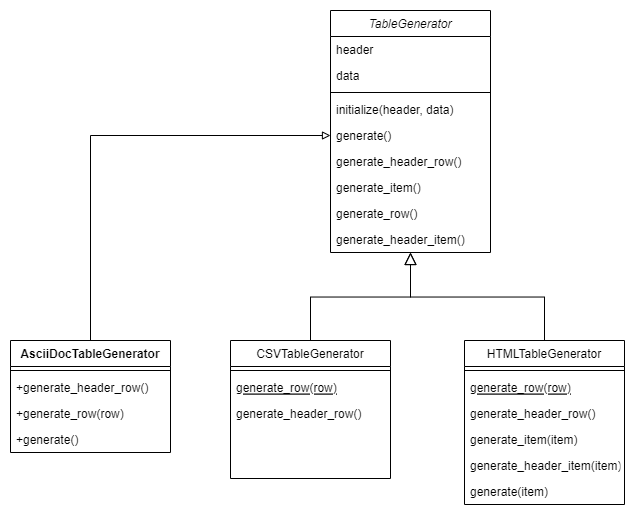
Above: template_method_pattern/img/template_method_pattern.png in Dpalme/TC3049-2022 (draw.io), before the change. Source tidied: cells renumbered, new cells last; positions are measured from the earlier drawing's top-left corner, leaving out a move shared by most shapes.
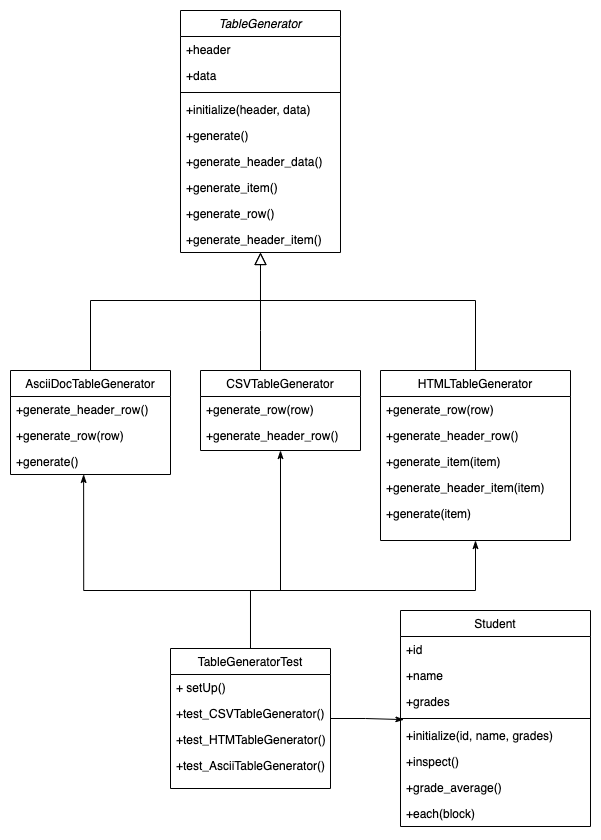
The same diagram one commit later.

Change to the diagram source:
```diff
@@ -3,91 +3,165 @@
     <mxCell id="0" />
     <mxCell id="1" parent="0" />
     <mxCell id="2" value="TableGenerator" style="swimlane;fontStyle=2;align=center;verticalAlign=top;horizontal=1;startSize=26;rounded=0;shadow=0;strokeWidth=1;" parent="1" vertex="1">
-      <mxGeometry x="320" width="160" height="242" as="geometry" />
+      <mxGeometry x="340" y="-20" width="160" height="242" as="geometry" />
     </mxCell>
-    <mxCell id="3" value="header&#10;" style="text;align=left;verticalAlign=top;spacingLeft=4;spacingRight=4;overflow=hidden;" parent="2" vertex="1">
+    <mxCell id="3" value="+header&#10;" style="text;align=left;verticalAlign=top;spacingLeft=4;spacingRight=4;overflow=hidden;" parent="2" vertex="1">
       <mxGeometry y="26" width="160" height="26" as="geometry" />
     </mxCell>
-    <mxCell id="4" value="data&#10;" style="text;align=left;verticalAlign=top;spacingLeft=4;spacingRight=4;overflow=hidden;rounded=0;shadow=0;html=0;" parent="2" vertex="1">
+    <mxCell id="4" value="+data&#10;" style="text;align=left;verticalAlign=top;spacingLeft=4;spacingRight=4;overflow=hidden;rounded=0;shadow=0;html=0;" parent="2" vertex="1">
       <mxGeometry y="52" width="160" height="26" as="geometry" />
     </mxCell>
     <mxCell id="5" style="line;html=1;strokeWidth=1;align=left;verticalAlign=middle;spacingTop=-1;spacingLeft=3;spacingRight=3;labelPosition=right;" parent="2" vertex="1">
       <mxGeometry y="78" width="160" height="8" as="geometry" />
     </mxCell>
-    <mxCell id="6" value="initialize(header, data)" style="text;align=left;verticalAlign=top;spacingLeft=4;spacingRight=4;overflow=hidden;" parent="2" vertex="1">
+    <mxCell id="6" value="+initialize(header, data)" style="text;align=left;verticalAlign=top;spacingLeft=4;spacingRight=4;overflow=hidden;" parent="2" vertex="1">
       <mxGeometry y="86" width="160" height="26" as="geometry" />
     </mxCell>
-    <mxCell id="7" value="generate()" style="text;align=left;verticalAlign=top;spacingLeft=4;spacingRight=4;overflow=hidden;points=[[0,0.5],[1,0.5]];portConstraint=eastwest;" parent="2" vertex="1">
-      <mxGeometry y="112" width="160" height="26" as="geometry" />
-    </mxCell>
-    <mxCell id="8" value="generate_header_row()" style="text;align=left;verticalAlign=top;spacingLeft=4;spacingRight=4;overflow=hidden;" parent="2" vertex="1">
-      <mxGeometry y="138" width="160" height="26" as="geometry" />
-    </mxCell>
-    <mxCell id="9" value="generate_item()&#10;" style="text;align=left;verticalAlign=top;spacingLeft=4;spacingRight=4;overflow=hidden;" parent="2" vertex="1">
-      <mxGeometry y="164" width="160" height="26" as="geometry" />
-    </mxCell>
-    <mxCell id="10" value="generate_row()&#10;" style="text;align=left;verticalAlign=top;spacingLeft=4;spacingRight=4;overflow=hidden;" parent="2" vertex="1">
-      <mxGeometry y="190" width="160" height="26" as="geometry" />
-    </mxCell>
-    <mxCell id="11" value="generate_header_item()&#10;" style="text;align=left;verticalAlign=top;spacingLeft=4;spacingRight=4;overflow=hidden;" parent="2" vertex="1">
-      <mxGeometry y="216" width="160" height="26" as="geometry" />
-    </mxCell>
+    <mxCell id="31" value="+generate()" style="text;align=left;verticalAlign=top;spacingLeft=4;spacingRight=4;overflow=hidden;" parent="2" vertex="1">
+      <mxGeometry y="112" width="160" height="26" as="geometry" />
+    </mxCell>
+    <mxCell id="32" value="+generate_header_data()&#10;" style="text;align=left;verticalAlign=top;spacingLeft=4;spacingRight=4;overflow=hidden;" parent="2" vertex="1">
+      <mxGeometry y="138" width="160" height="26" as="geometry" />
+    </mxCell>
+    <mxCell id="33" value="+generate_item()&#10;" style="text;align=left;verticalAlign=top;spacingLeft=4;spacingRight=4;overflow=hidden;" parent="2" vertex="1">
+      <mxGeometry y="164" width="160" height="26" as="geometry" />
+    </mxCell>
+    <mxCell id="34" value="+generate_row()" style="text;align=left;verticalAlign=top;spacingLeft=4;spacingRight=4;overflow=hidden;" parent="2" vertex="1">
+      <mxGeometry y="190" width="160" height="26" as="geometry" />
+    </mxCell>
+    <mxCell id="35" value="+generate_header_item()" style="text;align=left;verticalAlign=top;spacingLeft=4;spacingRight=4;overflow=hidden;" parent="2" vertex="1">
+      <mxGeometry y="216" width="160" height="26" as="geometry" />
+    </mxCell>
     <mxCell id="12" value="CSVTableGenerator" style="swimlane;fontStyle=0;align=center;verticalAlign=top;horizontal=1;startSize=26;rounded=0;shadow=0;strokeWidth=1;" parent="1" vertex="1">
-      <mxGeometry x="220" y="330" width="160" height="138" as="geometry" />
+      <mxGeometry x="360" y="340" width="160" height="80" as="geometry" />
     </mxCell>
-    <mxCell id="13" style="line;html=1;strokeWidth=1;align=left;verticalAlign=middle;spacingTop=-1;spacingLeft=3;spacingRight=3;labelPosition=right;" parent="12" vertex="1">
-      <mxGeometry y="26" width="160" height="8" as="geometry" />
-    </mxCell>
-    <mxCell id="14" value="generate_row(row)" style="text;align=left;verticalAlign=top;spacingLeft=4;spacingRight=4;overflow=hidden;fontStyle=4;" parent="12" vertex="1">
-      <mxGeometry y="34" width="160" height="26" as="geometry" />
-    </mxCell>
-    <mxCell id="15" value="generate_header_row()" style="text;align=left;verticalAlign=top;spacingLeft=4;spacingRight=4;overflow=hidden;" parent="12" vertex="1">
-      <mxGeometry y="60" width="160" height="26" as="geometry" />
-    </mxCell>
+    <mxCell id="36" value="+generate_row(row)" style="text;align=left;verticalAlign=top;spacingLeft=4;spacingRight=4;overflow=hidden;rounded=0;shadow=0;html=0;" parent="12" vertex="1">
+      <mxGeometry y="26" width="160" height="26" as="geometry" />
+    </mxCell>
+    <mxCell id="37" value="+generate_header_row()" style="text;align=left;verticalAlign=top;spacingLeft=4;spacingRight=4;overflow=hidden;rounded=0;shadow=0;html=0;" parent="12" vertex="1">
+      <mxGeometry y="52" width="160" height="26" as="geometry" />
+    </mxCell>
     <mxCell id="16" style="endArrow=block;endSize=10;endFill=0;shadow=0;strokeWidth=1;rounded=0;edgeStyle=elbowEdgeStyle;elbow=vertical;" parent="1" edge="1" source="12" target="2">
-      <mxGeometry relative="1" as="geometry" />
+      <mxGeometry relative="1" as="geometry">
+        <Array as="points">
+          <mxPoint x="420" y="300" />
+        </Array>
+      </mxGeometry>
     </mxCell>
+    <mxCell id="24" value="HTMLTableGenerator" style="swimlane;fontStyle=0;align=center;verticalAlign=top;horizontal=1;startSize=26;rounded=0;shadow=0;strokeWidth=1;" parent="1" vertex="1">
+      <mxGeometry x="540" y="340" width="190" height="170" as="geometry" />
+    </mxCell>
+    <mxCell id="38" value="+generate_row(row)" style="text;align=left;verticalAlign=top;spacingLeft=4;spacingRight=4;overflow=hidden;" parent="24" vertex="1">
+      <mxGeometry y="26" width="190" height="26" as="geometry" />
+    </mxCell>
+    <mxCell id="39" value="+generate_header_row()" style="text;align=left;verticalAlign=top;spacingLeft=4;spacingRight=4;overflow=hidden;" parent="24" vertex="1">
+      <mxGeometry y="52" width="190" height="26" as="geometry" />
+    </mxCell>
+    <mxCell id="40" value="+generate_item(item)" style="text;align=left;verticalAlign=top;spacingLeft=4;spacingRight=4;overflow=hidden;" parent="24" vertex="1">
+      <mxGeometry y="78" width="190" height="26" as="geometry" />
+    </mxCell>
+    <mxCell id="41" value="+generate_header_item(item)" style="text;align=left;verticalAlign=top;spacingLeft=4;spacingRight=4;overflow=hidden;" parent="24" vertex="1">
+      <mxGeometry y="104" width="190" height="26" as="geometry" />
+    </mxCell>
+    <mxCell id="42" value="+generate(item)" style="text;align=left;verticalAlign=top;spacingLeft=4;spacingRight=4;overflow=hidden;" parent="24" vertex="1">
+      <mxGeometry y="130" width="190" height="26" as="geometry" />
+    </mxCell>
-    <mxCell id="17" style="endArrow=block;endSize=10;endFill=0;shadow=0;strokeWidth=1;rounded=0;edgeStyle=elbowEdgeStyle;elbow=vertical;exitX=0.5;exitY=0;exitDx=0;exitDy=0;" parent="1" edge="1" source="24" target="2">
-      <mxGeometry relative="1" as="geometry" />
+    <mxCell id="17" style="endArrow=block;endSize=10;endFill=0;shadow=0;strokeWidth=1;rounded=0;edgeStyle=elbowEdgeStyle;elbow=vertical;" parent="1" edge="1" source="24" target="2">
+      <mxGeometry relative="1" as="geometry">
+        <Array as="points">
+          <mxPoint x="530" y="270" />
+        </Array>
+      </mxGeometry>
     </mxCell>
-    <mxCell id="18" style="edgeStyle=orthogonalEdgeStyle;rounded=0;jumpSize=6;jettySize=auto;html=1;entryX=0;entryY=0.5;entryDx=0;entryDy=0;endArrow=block;endFill=0;strokeWidth=1;" parent="1" edge="1" source="19" target="7">
-      <mxGeometry relative="1" as="geometry" />
-    </mxCell>
+    <mxCell id="43" style="edgeStyle=orthogonalEdgeStyle;rounded=0;jettySize=auto;html=1;endArrow=none;endFill=0;" parent="1" edge="1" source="19">
+      <mxGeometry relative="1" as="geometry">
+        <mxPoint x="420" y="250" as="targetPoint" />
+        <Array as="points">
+          <mxPoint x="420" y="270" />
+        </Array>
+      </mxGeometry>
+    </mxCell>
-    <mxCell id="19" value="AsciiDocTableGenerator" style="swimlane;fontStyle=1;align=center;verticalAlign=top;horizontal=1;startSize=26;" parent="1" vertex="1">
-      <mxGeometry y="330" width="160" height="112" as="geometry" />
+    <mxCell id="19" value="AsciiDocTableGenerator" style="swimlane;fontStyle=0;align=center;verticalAlign=top;horizontal=1;startSize=26;rounded=0;shadow=0;strokeWidth=1;" parent="1" vertex="1">
+      <mxGeometry x="170" y="340" width="160" height="104" as="geometry" />
     </mxCell>
-    <mxCell id="20" style="line;strokeWidth=1;fillColor=none;align=left;verticalAlign=middle;spacingTop=-1;spacingLeft=3;spacingRight=3;labelPosition=right;" parent="19" vertex="1">
-      <mxGeometry y="26" width="160" height="8" as="geometry" />
-    </mxCell>
-    <mxCell id="21" value="+generate_header_row()" style="text;strokeColor=none;fillColor=none;align=left;verticalAlign=top;spacingLeft=4;spacingRight=4;overflow=hidden;" parent="19" vertex="1">
-      <mxGeometry y="34" width="160" height="26" as="geometry" />
-    </mxCell>
-    <mxCell id="22" value="+generate_row(row)" style="text;strokeColor=none;fillColor=none;align=left;verticalAlign=top;spacingLeft=4;spacingRight=4;overflow=hidden;" parent="19" vertex="1">
-      <mxGeometry y="60" width="160" height="26" as="geometry" />
-    </mxCell>
-    <mxCell id="23" value="+generate()" style="text;strokeColor=none;fillColor=none;align=left;verticalAlign=top;spacingLeft=4;spacingRight=4;overflow=hidden;" parent="19" vertex="1">
-      <mxGeometry y="86" width="160" height="26" as="geometry" />
-    </mxCell>
-    <mxCell id="24" value="HTMLTableGenerator" style="swimlane;fontStyle=0;align=center;verticalAlign=top;horizontal=1;startSize=26;rounded=0;shadow=0;strokeWidth=1;" parent="1" vertex="1">
-      <mxGeometry x="454" y="330" width="160" height="164" as="geometry" />
-    </mxCell>
-    <mxCell id="25" style="line;html=1;strokeWidth=1;align=left;verticalAlign=middle;spacingTop=-1;spacingLeft=3;spacingRight=3;labelPosition=right;" parent="24" vertex="1">
-      <mxGeometry y="26" width="160" height="8" as="geometry" />
-    </mxCell>
-    <mxCell id="26" value="generate_row(row)" style="text;align=left;verticalAlign=top;spacingLeft=4;spacingRight=4;overflow=hidden;fontStyle=4;" parent="24" vertex="1">
-      <mxGeometry y="34" width="160" height="26" as="geometry" />
-    </mxCell>
-    <mxCell id="27" value="generate_header_row()" style="text;align=left;verticalAlign=top;spacingLeft=4;spacingRight=4;overflow=hidden;" parent="24" vertex="1">
-      <mxGeometry y="60" width="160" height="26" as="geometry" />
-    </mxCell>
-    <mxCell id="28" value="generate_item(item)" style="text;align=left;verticalAlign=top;spacingLeft=4;spacingRight=4;overflow=hidden;" parent="24" vertex="1">
-      <mxGeometry y="86" width="160" height="26" as="geometry" />
-    </mxCell>
-    <mxCell id="29" value="generate_header_item(item)" style="text;align=left;verticalAlign=top;spacingLeft=4;spacingRight=4;overflow=hidden;" parent="24" vertex="1">
-      <mxGeometry y="112" width="160" height="26" as="geometry" />
-    </mxCell>
-    <mxCell id="30" value="generate(item)" style="text;align=left;verticalAlign=top;spacingLeft=4;spacingRight=4;overflow=hidden;" parent="24" vertex="1">
-      <mxGeometry y="138" width="160" height="26" as="geometry" />
-    </mxCell>
+    <mxCell id="44" value="+generate_header_row()" style="text;align=left;verticalAlign=top;spacingLeft=4;spacingRight=4;overflow=hidden;rounded=0;shadow=0;html=0;" parent="19" vertex="1">
+      <mxGeometry y="26" width="160" height="26" as="geometry" />
+    </mxCell>
+    <mxCell id="45" value="+generate_row(row)" style="text;align=left;verticalAlign=top;spacingLeft=4;spacingRight=4;overflow=hidden;rounded=0;shadow=0;html=0;" parent="19" vertex="1">
+      <mxGeometry y="52" width="160" height="26" as="geometry" />
+    </mxCell>
+    <mxCell id="46" value="+generate()" style="text;align=left;verticalAlign=top;spacingLeft=4;spacingRight=4;overflow=hidden;points=[[0,0.5],[1,0.5]];portConstraint=eastwest;rounded=0;shadow=0;html=0;" parent="19" vertex="1">
+      <mxGeometry y="78" width="160" height="26" as="geometry" />
+    </mxCell>
+    <mxCell id="47" style="edgeStyle=orthogonalEdgeStyle;rounded=0;jettySize=auto;html=1;entryX=0.457;entryY=0.997;entryDx=0;entryDy=0;entryPerimeter=0;endArrow=classicThin;endFill=1;" parent="1" edge="1" source="51" target="46">
+      <mxGeometry relative="1" as="geometry">
+        <Array as="points">
+          <mxPoint x="410" y="560" />
+          <mxPoint x="243" y="560" />
+        </Array>
+      </mxGeometry>
+    </mxCell>
+    <mxCell id="48" style="edgeStyle=orthogonalEdgeStyle;rounded=0;jettySize=auto;html=1;entryX=0.5;entryY=1;entryDx=0;entryDy=0;endArrow=classicThin;endFill=1;" parent="1" edge="1" target="12">
+      <mxGeometry relative="1" as="geometry">
+        <mxPoint x="410" y="628" as="sourcePoint" />
+        <Array as="points">
+          <mxPoint x="410" y="560" />
+          <mxPoint x="440" y="560" />
+        </Array>
+      </mxGeometry>
+    </mxCell>
+    <mxCell id="49" style="edgeStyle=orthogonalEdgeStyle;rounded=0;jettySize=auto;html=1;entryX=0.5;entryY=1;entryDx=0;entryDy=0;endArrow=classicThin;endFill=1;" parent="1" edge="1" source="51" target="24">
+      <mxGeometry relative="1" as="geometry">
+        <Array as="points">
+          <mxPoint x="410" y="560" />
+          <mxPoint x="635" y="560" />
+        </Array>
+      </mxGeometry>
+    </mxCell>
+    <mxCell id="50" style="edgeStyle=orthogonalEdgeStyle;rounded=0;jettySize=auto;html=1;entryX=0.018;entryY=-0.111;entryDx=0;entryDy=0;entryPerimeter=0;endArrow=classicThin;endFill=1;" parent="1" edge="1" source="51" target="61">
+      <mxGeometry relative="1" as="geometry" />
+    </mxCell>
+    <mxCell id="51" value="TableGeneratorTest&#10;" style="swimlane;fontStyle=0;align=center;verticalAlign=top;horizontal=1;startSize=26;rounded=0;shadow=0;strokeWidth=1;" parent="1" vertex="1">
+      <mxGeometry x="330" y="618" width="160" height="140" as="geometry" />
+    </mxCell>
+    <mxCell id="52" value="+ setUp()" style="text;align=left;verticalAlign=top;spacingLeft=4;spacingRight=4;overflow=hidden;" parent="51" vertex="1">
+      <mxGeometry y="26" width="160" height="26" as="geometry" />
+    </mxCell>
+    <mxCell id="53" value="+test_CSVTableGenerator()" style="text;align=left;verticalAlign=top;spacingLeft=4;spacingRight=4;overflow=hidden;rounded=0;shadow=0;html=0;" parent="51" vertex="1">
+      <mxGeometry y="52" width="160" height="26" as="geometry" />
+    </mxCell>
+    <mxCell id="54" value="+test_HTMTableGenerator()" style="text;align=left;verticalAlign=top;spacingLeft=4;spacingRight=4;overflow=hidden;rounded=0;shadow=0;html=0;" parent="51" vertex="1">
+      <mxGeometry y="78" width="160" height="26" as="geometry" />
+    </mxCell>
+    <mxCell id="55" value="+test_AsciiTableGenerator()" style="text;align=left;verticalAlign=top;spacingLeft=4;spacingRight=4;overflow=hidden;rounded=0;shadow=0;html=0;" parent="51" vertex="1">
+      <mxGeometry y="104" width="160" height="26" as="geometry" />
+    </mxCell>
+    <mxCell id="56" value="Student" style="swimlane;fontStyle=0;align=center;verticalAlign=top;horizontal=1;startSize=26;rounded=0;shadow=0;strokeWidth=1;" parent="1" vertex="1">
+      <mxGeometry x="560" y="580" width="190" height="216" as="geometry" />
+    </mxCell>
+    <mxCell id="57" value="+id" style="text;align=left;verticalAlign=top;spacingLeft=4;spacingRight=4;overflow=hidden;rounded=0;shadow=0;html=0;" parent="56" vertex="1">
+      <mxGeometry y="26" width="190" height="26" as="geometry" />
+    </mxCell>
+    <mxCell id="58" value="+name" style="text;align=left;verticalAlign=top;spacingLeft=4;spacingRight=4;overflow=hidden;rounded=0;shadow=0;html=0;" parent="56" vertex="1">
+      <mxGeometry y="52" width="190" height="26" as="geometry" />
+    </mxCell>
+    <mxCell id="59" value="+grades" style="text;align=left;verticalAlign=top;spacingLeft=4;spacingRight=4;overflow=hidden;rounded=0;shadow=0;html=0;" parent="56" vertex="1">
+      <mxGeometry y="78" width="190" height="26" as="geometry" />
+    </mxCell>
+    <mxCell id="60" style="line;html=1;strokeWidth=1;align=left;verticalAlign=middle;spacingTop=-1;spacingLeft=3;spacingRight=3;labelPosition=right;" parent="56" vertex="1">
+      <mxGeometry y="104" width="190" height="8" as="geometry" />
+    </mxCell>
+    <mxCell id="61" value="+initialize(id, name, grades)" style="text;align=left;verticalAlign=top;spacingLeft=4;spacingRight=4;overflow=hidden;points=[[0,0.5],[1,0.5]];portConstraint=eastwest;" parent="56" vertex="1">
+      <mxGeometry y="112" width="190" height="26" as="geometry" />
+    </mxCell>
+    <mxCell id="62" value="+inspect()" style="text;align=left;verticalAlign=top;spacingLeft=4;spacingRight=4;overflow=hidden;" parent="56" vertex="1">
+      <mxGeometry y="138" width="190" height="26" as="geometry" />
+    </mxCell>
+    <mxCell id="63" value="+grade_average()" style="text;align=left;verticalAlign=top;spacingLeft=4;spacingRight=4;overflow=hidden;" parent="56" vertex="1">
+      <mxGeometry y="164" width="190" height="26" as="geometry" />
+    </mxCell>
+    <mxCell id="64" value="+each(block)" style="text;align=left;verticalAlign=top;spacingLeft=4;spacingRight=4;overflow=hidden;" parent="56" vertex="1">
+      <mxGeometry y="190" width="190" height="26" as="geometry" />
+    </mxCell>
   </root>
 </mxGraphModel>
```
